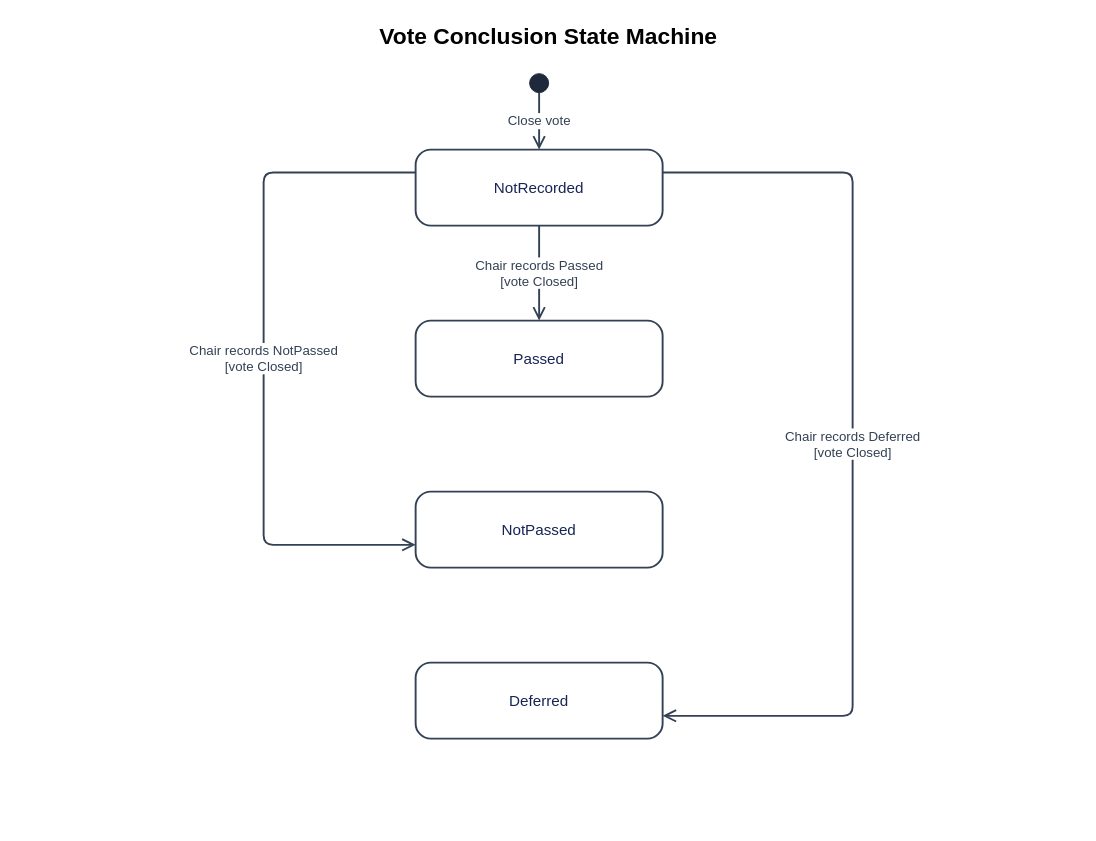
Earlier version of the draw.io diagram docs/10-statemachine/SM-09_VoteConclusion.drawio (callmehai/FU-FA26-G116). Source tidied: cells renumbered, new cells numbered last; positions are measured from the earlier drawing's top-left corner, leaving out a move shared by most shapes. Both pictures are drawn from the tidied source at 95%, with x=0, y=0 at pixel (16, 16).
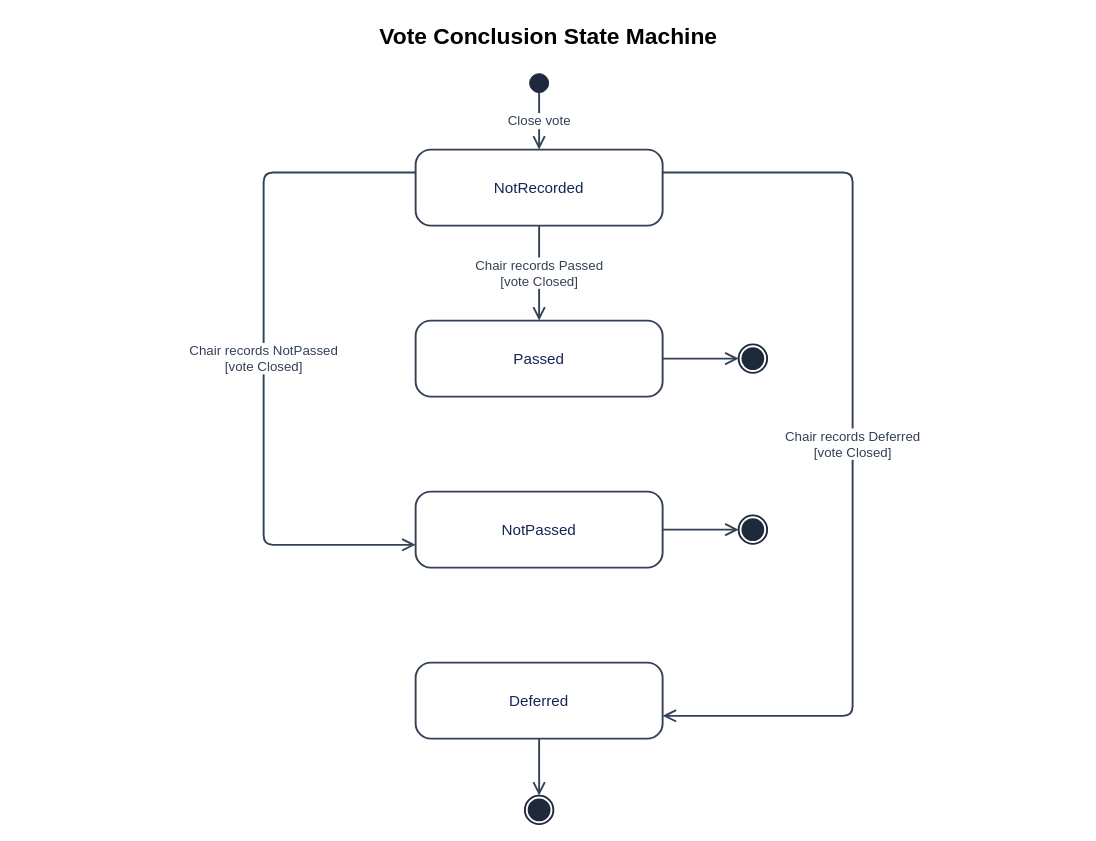
After the change.

The change refers to these unchanged cells:
```xml
<mxCell id="5" value="Passed" style="html=1;whiteSpace=wrap;fontFamily=Arial;fontSize=16;rounded=1;arcSize=20;fillColor=#ffffff;strokeColor=#334155;fontColor=#172554;strokeWidth=2;" parent="1" vertex="1">
  <mxGeometry x="420" y="320" width="260" height="80" as="geometry" />
</mxCell>
<mxCell id="6" value="NotPassed" style="html=1;whiteSpace=wrap;fontFamily=Arial;fontSize=16;rounded=1;arcSize=20;fillColor=#ffffff;strokeColor=#334155;fontColor=#172554;strokeWidth=2;" parent="1" vertex="1">
  <mxGeometry x="420" y="500" width="260" height="80" as="geometry" />
</mxCell>
<mxCell id="7" value="Deferred" style="html=1;whiteSpace=wrap;fontFamily=Arial;fontSize=16;rounded=1;arcSize=20;fillColor=#ffffff;strokeColor=#334155;fontColor=#172554;strokeWidth=2;" parent="1" vertex="1">
  <mxGeometry x="420" y="680" width="260" height="80" as="geometry" />
</mxCell>
```

The edit, as a diff of the source:
```diff
@@
+    <mxCell id="12" style="ellipse;html=1;shape=endState;fillColor=#1e293b;strokeColor=#1e293b;strokeWidth=2;" parent="1" vertex="1">
+      <mxGeometry x="760" y="345" width="30" height="30" as="geometry" />
+    </mxCell>
+    <mxCell id="13" style="edgeStyle=orthogonalEdgeStyle;rounded=1;jettySize=auto;html=1;endArrow=open;endSize=10;strokeWidth=2;strokeColor=#334155;exitX=1;exitY=0.5;entryX=0;entryY=0.5;" parent="1" edge="1" source="5" target="12">
+      <mxGeometry relative="1" as="geometry" />
+    </mxCell>
+    <mxCell id="14" style="ellipse;html=1;shape=endState;fillColor=#1e293b;strokeColor=#1e293b;strokeWidth=2;" parent="1" vertex="1">
+      <mxGeometry x="760" y="525" width="30" height="30" as="geometry" />
+    </mxCell>
+    <mxCell id="15" style="edgeStyle=orthogonalEdgeStyle;rounded=1;jettySize=auto;html=1;endArrow=open;endSize=10;strokeWidth=2;strokeColor=#334155;exitX=1;exitY=0.5;entryX=0;entryY=0.5;" parent="1" edge="1" source="6" target="14">
+      <mxGeometry relative="1" as="geometry" />
+    </mxCell>
+    <mxCell id="16" style="ellipse;html=1;shape=endState;fillColor=#1e293b;strokeColor=#1e293b;strokeWidth=2;" parent="1" vertex="1">
+      <mxGeometry x="535" y="820" width="30" height="30" as="geometry" />
+    </mxCell>
+    <mxCell id="17" style="edgeStyle=orthogonalEdgeStyle;rounded=1;jettySize=auto;html=1;endArrow=open;endSize=10;strokeWidth=2;strokeColor=#334155;exitX=0.5;exitY=1;entryX=0.5;entryY=0;" parent="1" edge="1" source="7" target="16">
+      <mxGeometry relative="1" as="geometry" />
+    </mxCell>
```
